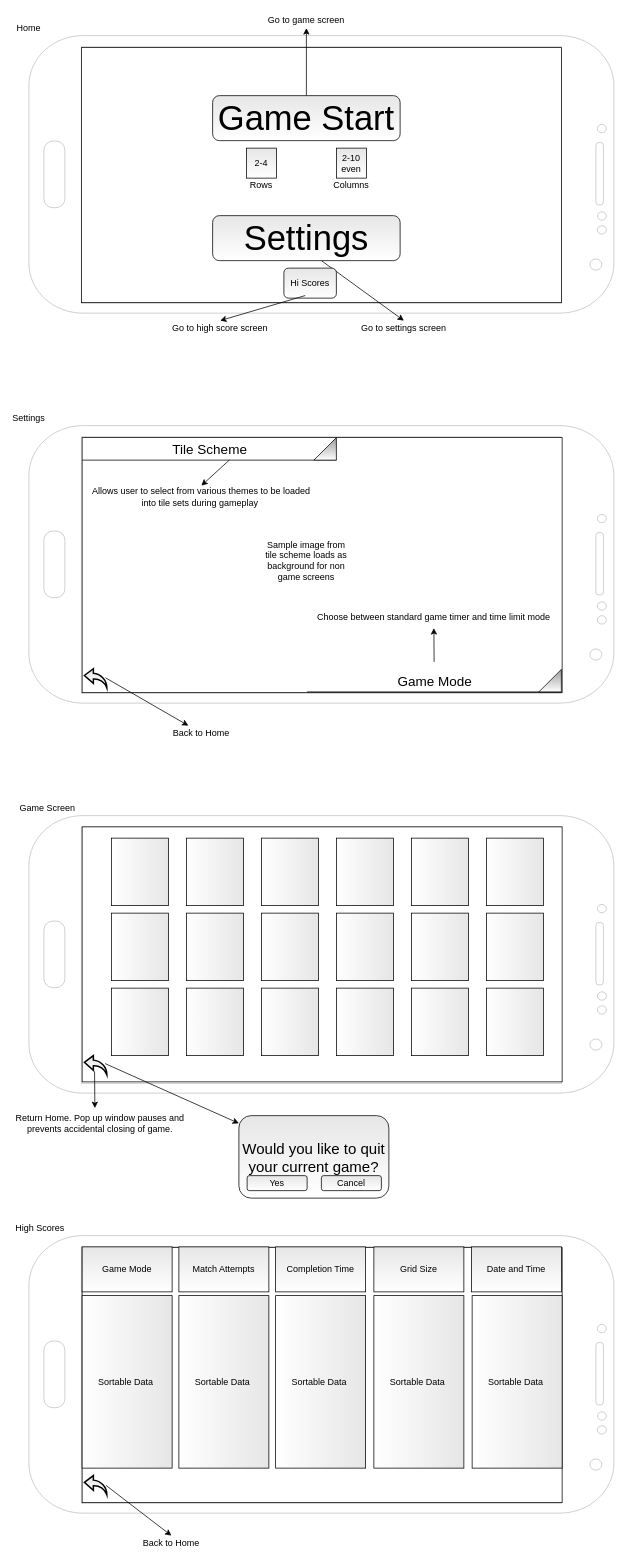
Earlier version of the draw.io diagram docs/work/wireframe.drawio (ddc-java-13/tile-match). Source tidied: cells renumbered, new cells numbered last; positions are measured from the earlier drawing's top-left corner, leaving out a move shared by most shapes. Both pictures are drawn from the tidied source at 75%, with x=0, y=0 at pixel (14, 13).
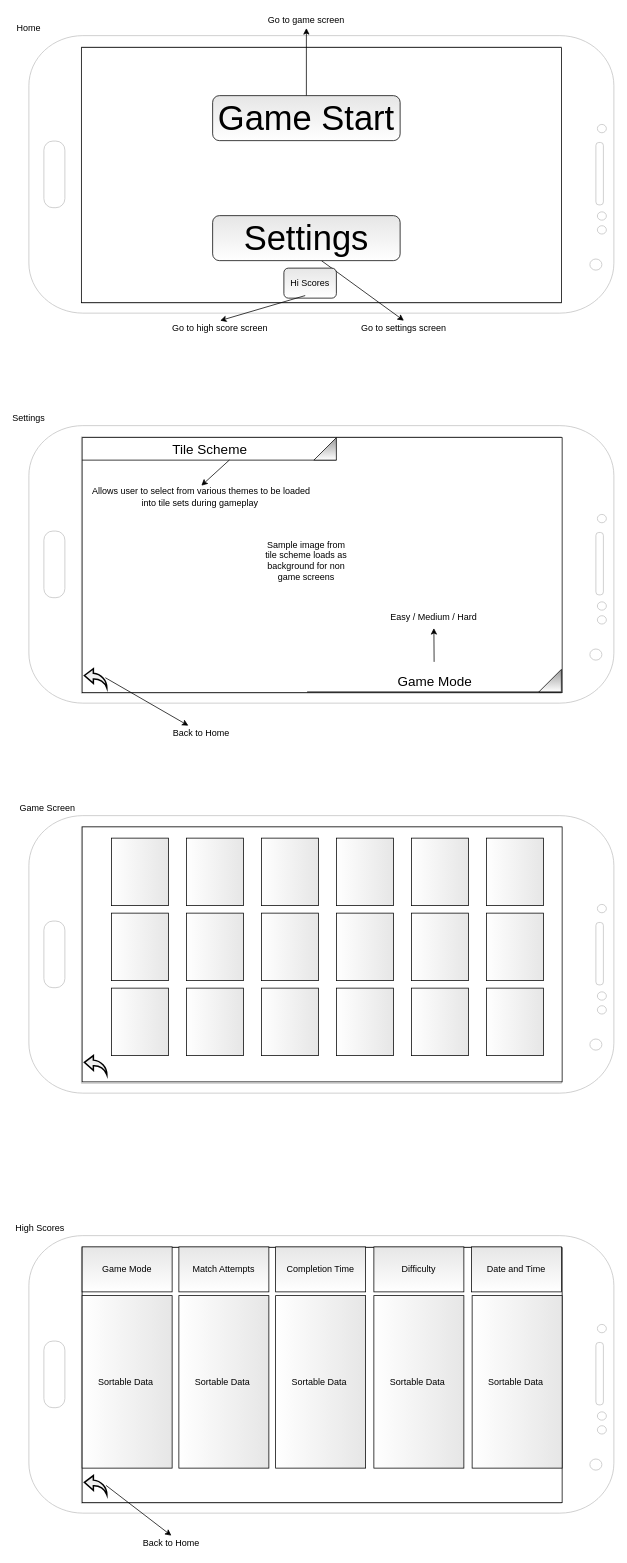
The same diagram, later.

Unchanged cells that the change refers to:
```xml
<mxCell id="30" style="html=1;verticalLabelPosition=bottom;align=center;labelBackgroundColor=#ffffff;verticalAlign=top;strokeWidth=2;shadow=0;dashed=0;shape=mxgraph.ios7.icons.back;sketch=0;fontColor=#000000;fillColor=#E6E6E6;gradientColor=#ffffff;" parent="1" vertex="1">
  <mxGeometry x="94" y="1390" width="30" height="25.5" as="geometry" />
</mxCell>
```

Diff of the diagram source:
```diff
@@
-    <mxCell id="14" value="Choose between standard game timer and time limit mode" style="text;html=1;strokeColor=none;fillColor=none;align=center;verticalAlign=middle;whiteSpace=wrap;rounded=0;shadow=0;sketch=0;fontColor=#000000;" parent="1" vertex="1">
+    <mxCell id="14" value="Easy / Medium / Hard" style="text;html=1;strokeColor=none;fillColor=none;align=center;verticalAlign=middle;whiteSpace=wrap;rounded=0;shadow=0;sketch=0;fontColor=#000000;" parent="1" vertex="1">
       <mxGeometry x="400" y="790" width="320" height="30" as="geometry" />
     </mxCell>
@@
-    <mxCell id="23" value="2-4" style="whiteSpace=wrap;html=1;shadow=0;sketch=0;fontColor=#000000;strokeColor=#000000;fillColor=#E6E6E6;gradientColor=#ffffff;" parent="1" vertex="1">
-      <mxGeometry x="310" y="180" width="40" height="40" as="geometry" />
-    </mxCell>
-    <mxCell id="24" value="2-10&lt;br&gt;even" style="whiteSpace=wrap;html=1;shadow=0;sketch=0;fontColor=#000000;strokeColor=#000000;fillColor=#E6E6E6;gradientColor=#ffffff;" parent="1" vertex="1">
-      <mxGeometry x="430" y="180" width="40" height="40" as="geometry" />
-    </mxCell>
-    <mxCell id="25" value="Rows" style="text;html=1;strokeColor=none;fillColor=none;align=center;verticalAlign=middle;whiteSpace=wrap;rounded=0;shadow=0;sketch=0;fontColor=#000000;" parent="1" vertex="1">
-      <mxGeometry x="310" y="220" width="40" height="20" as="geometry" />
-    </mxCell>
-    <mxCell id="26" value="Columns" style="text;html=1;strokeColor=none;fillColor=none;align=center;verticalAlign=middle;whiteSpace=wrap;rounded=0;shadow=0;sketch=0;fontColor=#000000;" parent="1" vertex="1">
-      <mxGeometry x="430" y="220" width="40" height="20" as="geometry" />
-    </mxCell>
@@
-    <mxCell id="31" style="endArrow=classic;html=1;fontColor=#000000;exitX=0.92;exitY=0.416;exitDx=0;exitDy=0;exitPerimeter=0;" parent="1" edge="1" source="30" target="32">
-      <mxGeometry relative="1" as="geometry" />
-    </mxCell>
-    <mxCell id="32" value="&lt;font style=&quot;font-size: 20px&quot;&gt;Would you like to quit your current game?&lt;/font&gt;" style="rounded=1;whiteSpace=wrap;html=1;shadow=0;sketch=0;fontColor=#000000;strokeColor=#000000;fillColor=#E6E6E6;gradientColor=#ffffff;" parent="1" vertex="1">
-      <mxGeometry x="300" y="1470" width="200" height="110" as="geometry" />
-    </mxCell>
-    <mxCell id="33" value="Return Home. Pop up window pauses and prevents accidental closing of game." style="text;html=1;strokeColor=none;fillColor=none;align=center;verticalAlign=middle;whiteSpace=wrap;rounded=0;shadow=0;sketch=0;fontColor=#000000;" parent="1" vertex="1">
-      <mxGeometry y="1470" width="230" height="20" as="geometry" />
-    </mxCell>
@@
-    <mxCell id="52" value="Yes" style="rounded=1;whiteSpace=wrap;html=1;shadow=0;sketch=0;fontColor=#000000;strokeColor=#000000;fillColor=#E6E6E6;gradientColor=#ffffff;" parent="1" vertex="1">
-      <mxGeometry x="311" y="1550" width="80" height="20" as="geometry" />
-    </mxCell>
-    <mxCell id="53" value="Cancel" style="rounded=1;whiteSpace=wrap;html=1;shadow=0;sketch=0;fontColor=#000000;strokeColor=#000000;fillColor=#E6E6E6;gradientColor=#ffffff;" parent="1" vertex="1">
-      <mxGeometry x="410" y="1550" width="80" height="20" as="geometry" />
-    </mxCell>
@@
-    <mxCell id="62" value="Grid Size" style="rounded=0;whiteSpace=wrap;html=1;shadow=0;sketch=0;fontColor=#000000;strokeColor=#000000;fillColor=#E6E6E6;gradientColor=#ffffff;" parent="1" vertex="1">
+    <mxCell id="62" value="Difficulty" style="rounded=0;whiteSpace=wrap;html=1;shadow=0;sketch=0;fontColor=#000000;strokeColor=#000000;fillColor=#E6E6E6;gradientColor=#ffffff;" parent="1" vertex="1">
       <mxGeometry x="480" y="1645" width="120" height="60" as="geometry" />
     </mxCell>
@@
-    <mxCell id="74" style="endArrow=classic;html=1;exitX=0.453;exitY=0.824;exitDx=0;exitDy=0;exitPerimeter=0;" parent="1" edge="1" source="30">
-      <mxGeometry relative="1" as="geometry">
-        <mxPoint x="108" y="1460" as="targetPoint" />
-      </mxGeometry>
-    </mxCell>
```
